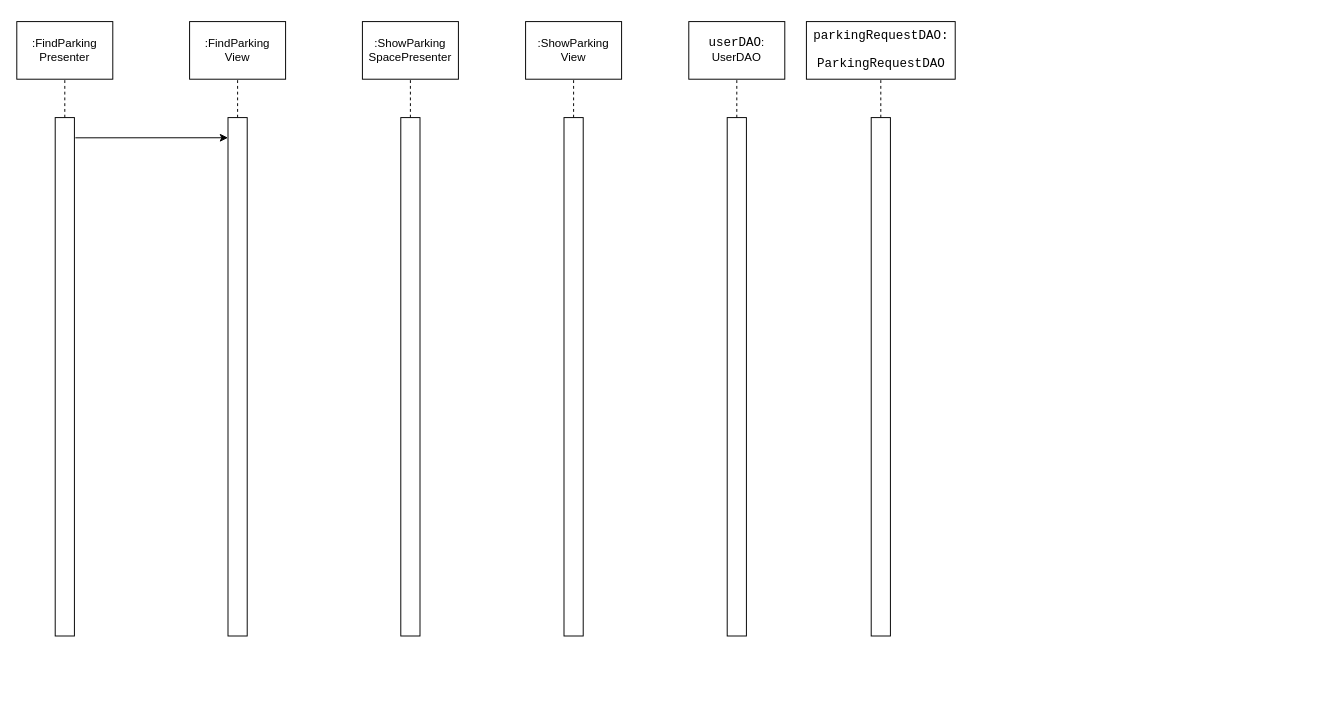
Above: R4_Diagrams/Sequence Diagrams/FindParkingSD.drawio in ntinouldinho/Parking-App (draw.io), before the change. Source tidied: cells renumbered, new cells numbered last; positions are measured from the earlier drawing's top-left corner, leaving out a move shared by most shapes. Both pictures are drawn from the tidied source at 96%, with x=0, y=0 at pixel (16, 21).
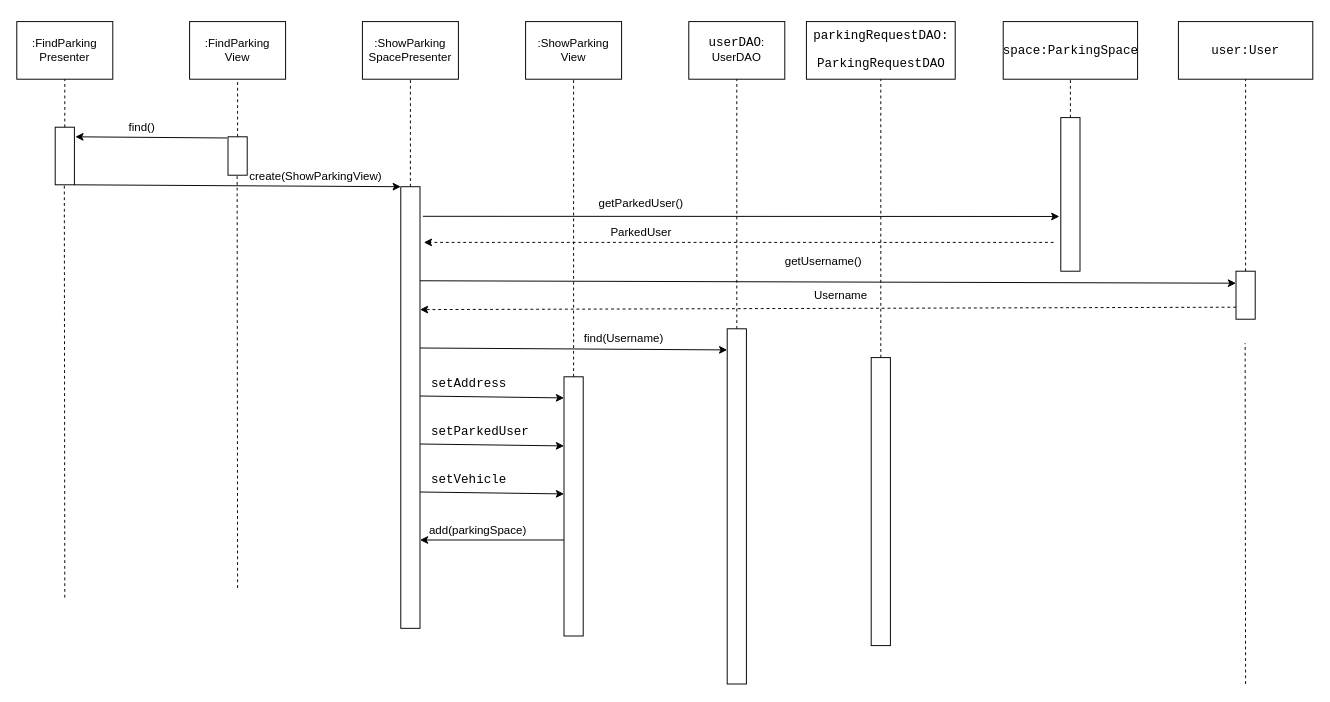
The same page after the edit.

What changed in the source:
```diff
@@
     <mxCell id="4" style="rounded=0;whiteSpace=wrap;html=1;" parent="1" vertex="1">
-      <mxGeometry x="400" y="100" width="20" height="540" as="geometry" />
+      <mxGeometry x="400" y="172" width="20" height="460" as="geometry" />
     </mxCell>
@@
     <mxCell id="7" style="rounded=0;whiteSpace=wrap;html=1;" parent="1" vertex="1">
-      <mxGeometry x="40" y="100" width="20" height="540" as="geometry" />
+      <mxGeometry x="40" y="110" width="20" height="60" as="geometry" />
     </mxCell>
@@
     <mxCell id="10" style="rounded=0;whiteSpace=wrap;html=1;" parent="1" vertex="1">
-      <mxGeometry x="570" y="100" width="20" height="540" as="geometry" />
+      <mxGeometry x="570" y="370" width="20" height="270" as="geometry" />
     </mxCell>
@@
     <mxCell id="13" style="rounded=0;whiteSpace=wrap;html=1;" parent="1" vertex="1">
-      <mxGeometry x="220" y="100" width="20" height="540" as="geometry" />
+      <mxGeometry x="220" y="120" width="20" height="40" as="geometry" />
     </mxCell>
@@
     <mxCell id="16" style="rounded=0;whiteSpace=wrap;html=1;" parent="1" vertex="1">
-      <mxGeometry x="890" y="100" width="20" height="540" as="geometry" />
+      <mxGeometry x="890" y="350" width="20" height="300" as="geometry" />
     </mxCell>
@@
     <mxCell id="19" style="rounded=0;whiteSpace=wrap;html=1;" parent="1" vertex="1">
-      <mxGeometry x="740" y="100" width="20" height="540" as="geometry" />
+      <mxGeometry x="740" y="320" width="20" height="370" as="geometry" />
     </mxCell>
-    <mxCell id="20" style="endArrow=classic;html=1;exitX=1.05;exitY=0.039;exitDx=0;exitDy=0;exitPerimeter=0;" parent="1" edge="1" source="7">
+    <mxCell id="20" style="endArrow=classic;html=1;exitX=-0.05;exitY=0.031;exitDx=0;exitDy=0;exitPerimeter=0;" parent="1" edge="1" source="13">
       <mxGeometry relative="1" as="geometry">
-        <mxPoint x="220" y="121" as="targetPoint" />
+        <mxPoint x="61" y="120" as="targetPoint" />
       </mxGeometry>
     </mxCell>
+    <mxCell id="21" value="find()" style="text;html=1;align=center;verticalAlign=middle;" parent="1" vertex="1">
+      <mxGeometry x="110" y="100" width="40" height="20" as="geometry" />
+    </mxCell>
+    <mxCell id="22" value="&lt;pre style=&quot;font-family: &amp;#34;consolas&amp;#34; ; font-size: 9.8pt&quot;&gt;&lt;pre style=&quot;font-family: &amp;#34;consolas&amp;#34; ; font-size: 9.8pt&quot;&gt;space:ParkingSpace&lt;/pre&gt;&lt;/pre&gt;" style="rounded=0;whiteSpace=wrap;html=1;" parent="1" vertex="1">
+      <mxGeometry x="1027.5" width="140" height="60" as="geometry" />
+    </mxCell>
+    <mxCell id="23" style="endArrow=none;dashed=1;html=1;entryX=0.5;entryY=1;entryDx=0;entryDy=0;exitX=0.5;exitY=0;exitDx=0;exitDy=0;" parent="1" edge="1" source="24" target="22">
+      <mxGeometry relative="1" as="geometry" />
+    </mxCell>
+    <mxCell id="24" style="rounded=0;whiteSpace=wrap;html=1;" parent="1" vertex="1">
+      <mxGeometry x="1087.5" y="100" width="20" height="160" as="geometry" />
+    </mxCell>
+    <mxCell id="25" style="endArrow=none;dashed=1;html=1;entryX=0.5;entryY=1;entryDx=0;entryDy=0;" parent="1" edge="1">
+      <mxGeometry relative="1" as="geometry">
+        <mxPoint x="50" y="600" as="sourcePoint" />
+        <mxPoint x="49.5" y="170" as="targetPoint" />
+      </mxGeometry>
+    </mxCell>
+    <mxCell id="26" style="endArrow=none;dashed=1;html=1;entryX=0.5;entryY=1;entryDx=0;entryDy=0;" parent="1" edge="1">
+      <mxGeometry relative="1" as="geometry">
+        <mxPoint x="230" y="590" as="sourcePoint" />
+        <mxPoint x="229.5" y="160" as="targetPoint" />
+      </mxGeometry>
+    </mxCell>
+    <mxCell id="27" style="endArrow=classic;html=1;exitX=1;exitY=1;exitDx=0;exitDy=0;entryX=0;entryY=0;entryDx=0;entryDy=0;" parent="1" edge="1" source="7" target="4">
+      <mxGeometry relative="1" as="geometry" />
+    </mxCell>
+    <mxCell id="28" value="create(&lt;span&gt;ShowParking&lt;/span&gt;&lt;span&gt;View)&lt;/span&gt;" style="text;html=1;align=center;verticalAlign=middle;" parent="1" vertex="1">
+      <mxGeometry x="236" y="152" width="150" height="20" as="geometry" />
+    </mxCell>
+    <mxCell id="29" style="endArrow=classic;html=1;exitX=1.15;exitY=0.067;exitDx=0;exitDy=0;exitPerimeter=0;" parent="1" edge="1" source="4">
+      <mxGeometry relative="1" as="geometry">
+        <mxPoint x="1086" y="203" as="targetPoint" />
+      </mxGeometry>
+    </mxCell>
+    <mxCell id="30" value="getParkedUser()" style="text;html=1;align=center;verticalAlign=middle;" parent="1" vertex="1">
+      <mxGeometry x="600" y="180" width="100" height="20" as="geometry" />
+    </mxCell>
+    <mxCell id="31" style="endArrow=classic;html=1;dashed=1;" parent="1" edge="1">
+      <mxGeometry relative="1" as="geometry">
+        <mxPoint x="1080" y="230" as="sourcePoint" />
+        <mxPoint x="424" y="230" as="targetPoint" />
+      </mxGeometry>
+    </mxCell>
+    <mxCell id="32" value="ParkedUser" style="text;html=1;align=center;verticalAlign=middle;" parent="1" vertex="1">
+      <mxGeometry x="610" y="210" width="80" height="20" as="geometry" />
+    </mxCell>
+    <mxCell id="33" style="endArrow=classic;html=1;exitX=1;exitY=0.213;exitDx=0;exitDy=0;exitPerimeter=0;entryX=0;entryY=0.25;entryDx=0;entryDy=0;" parent="1" edge="1" source="4" target="36">
+      <mxGeometry relative="1" as="geometry" />
+    </mxCell>
+    <mxCell id="34" value="&lt;pre style=&quot;font-family: &amp;#34;consolas&amp;#34; ; font-size: 9.8pt&quot;&gt;&lt;pre style=&quot;font-family: &amp;#34;consolas&amp;#34; ; font-size: 9.8pt&quot;&gt;user:User&lt;/pre&gt;&lt;/pre&gt;" style="rounded=0;whiteSpace=wrap;html=1;" parent="1" vertex="1">
+      <mxGeometry x="1210" width="140" height="60" as="geometry" />
+    </mxCell>
+    <mxCell id="35" style="endArrow=none;dashed=1;html=1;entryX=0.5;entryY=1;entryDx=0;entryDy=0;exitX=0.5;exitY=0;exitDx=0;exitDy=0;" parent="1" edge="1" source="36" target="34">
+      <mxGeometry relative="1" as="geometry" />
+    </mxCell>
+    <mxCell id="36" style="rounded=0;whiteSpace=wrap;html=1;" parent="1" vertex="1">
+      <mxGeometry x="1270" y="260" width="20" height="50" as="geometry" />
+    </mxCell>
+    <mxCell id="37" value="getUsername()" style="text;html=1;align=center;verticalAlign=middle;" parent="1" vertex="1">
+      <mxGeometry x="790" y="240" width="100" height="20" as="geometry" />
+    </mxCell>
+    <mxCell id="38" style="endArrow=classic;html=1;dashed=1;exitX=0;exitY=0.75;exitDx=0;exitDy=0;" parent="1" edge="1" source="36">
+      <mxGeometry relative="1" as="geometry">
+        <mxPoint x="420" y="300" as="targetPoint" />
+      </mxGeometry>
+    </mxCell>
+    <mxCell id="39" value="Username" style="text;html=1;align=center;verticalAlign=middle;" parent="1" vertex="1">
+      <mxGeometry x="822.5" y="275" width="70" height="20" as="geometry" />
+    </mxCell>
+    <mxCell id="40" style="endArrow=classic;html=1;exitX=1;exitY=1;exitDx=0;exitDy=0;" parent="1" edge="1">
+      <mxGeometry relative="1" as="geometry">
+        <mxPoint x="420" y="340" as="sourcePoint" />
+        <mxPoint x="740" y="342" as="targetPoint" />
+      </mxGeometry>
+    </mxCell>
+    <mxCell id="41" value="find(Username)" style="text;html=1;align=center;verticalAlign=middle;" parent="1" vertex="1">
+      <mxGeometry x="582" y="320" width="100" height="20" as="geometry" />
+    </mxCell>
+    <mxCell id="42" value="&lt;pre style=&quot;font-family: &amp;#34;consolas&amp;#34; ; font-size: 9.8pt&quot;&gt;setAddress&lt;/pre&gt;" style="text;whiteSpace=wrap;html=1;" parent="1" vertex="1">
+      <mxGeometry x="430" y="350" width="100" height="60" as="geometry" />
+    </mxCell>
+    <mxCell id="43" value="&lt;pre style=&quot;font-family: &amp;#34;consolas&amp;#34; ; font-size: 9.8pt&quot;&gt;setParkedUser&lt;/pre&gt;" style="text;whiteSpace=wrap;html=1;" parent="1" vertex="1">
+      <mxGeometry x="430" y="400" width="120" height="60" as="geometry" />
+    </mxCell>
+    <mxCell id="44" value="&lt;pre style=&quot;font-family: &amp;#34;consolas&amp;#34; ; font-size: 9.8pt&quot;&gt;setVehicle&lt;/pre&gt;" style="text;whiteSpace=wrap;html=1;" parent="1" vertex="1">
+      <mxGeometry x="430" y="450" width="100" height="60" as="geometry" />
+    </mxCell>
+    <mxCell id="45" style="endArrow=classic;html=1;exitX=1;exitY=1;exitDx=0;exitDy=0;" parent="1" edge="1">
+      <mxGeometry relative="1" as="geometry">
+        <mxPoint x="420" y="390" as="sourcePoint" />
+        <mxPoint x="570" y="392" as="targetPoint" />
+      </mxGeometry>
+    </mxCell>
+    <mxCell id="46" style="endArrow=classic;html=1;exitX=1;exitY=1;exitDx=0;exitDy=0;" parent="1" edge="1">
+      <mxGeometry relative="1" as="geometry">
+        <mxPoint x="420" y="440" as="sourcePoint" />
+        <mxPoint x="570" y="442" as="targetPoint" />
+      </mxGeometry>
+    </mxCell>
+    <mxCell id="47" style="endArrow=classic;html=1;exitX=1;exitY=1;exitDx=0;exitDy=0;" parent="1" edge="1">
+      <mxGeometry relative="1" as="geometry">
+        <mxPoint x="420" y="490" as="sourcePoint" />
+        <mxPoint x="570" y="492" as="targetPoint" />
+      </mxGeometry>
+    </mxCell>
+    <mxCell id="48" style="endArrow=classic;html=1;" parent="1" edge="1">
+      <mxGeometry relative="1" as="geometry">
+        <mxPoint x="570" y="540" as="sourcePoint" />
+        <mxPoint x="420" y="540" as="targetPoint" />
+      </mxGeometry>
+    </mxCell>
+    <mxCell id="49" value="add(parkingSpace)" style="text;html=1;align=center;verticalAlign=middle;" parent="1" vertex="1">
+      <mxGeometry x="420" y="520" width="120" height="20" as="geometry" />
+    </mxCell>
+    <mxCell id="50" style="endArrow=none;dashed=1;html=1;entryX=0.5;entryY=1;entryDx=0;entryDy=0;" parent="1" edge="1">
+      <mxGeometry relative="1" as="geometry">
+        <mxPoint x="1280" y="690" as="sourcePoint" />
+        <mxPoint x="1279.5" y="335" as="targetPoint" />
+      </mxGeometry>
+    </mxCell>
```
